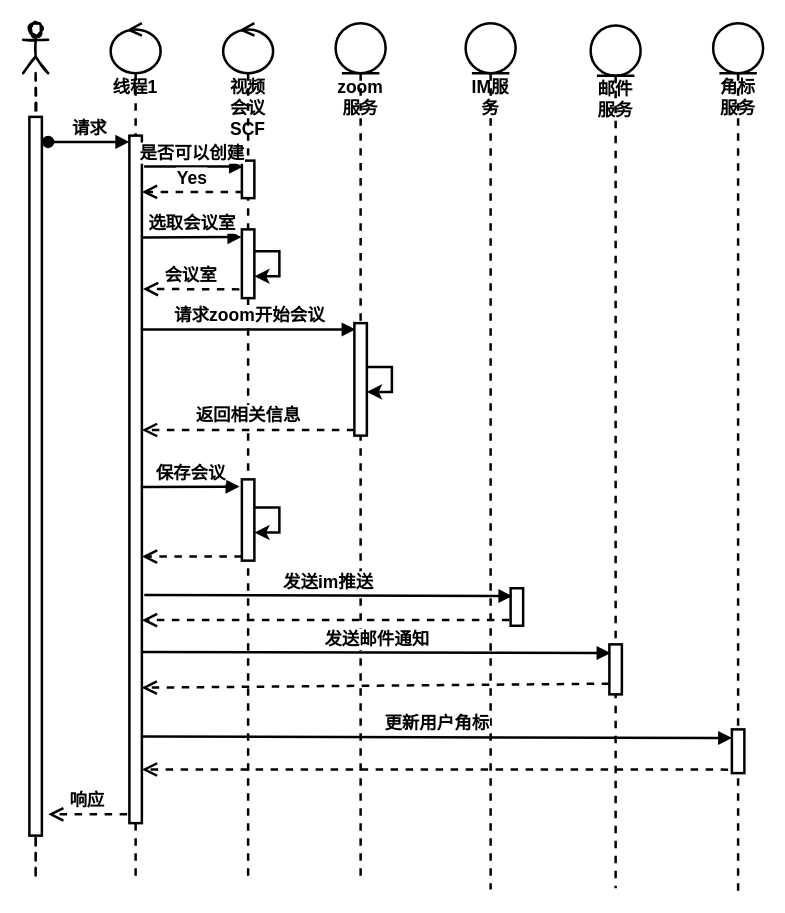
The draw.io diagram page "第 3 页" (3 of 13) of shuzhi.drawio in nullbull/uml, before the edit. Source tidied: cells renumbered, new cells numbered last; positions are measured from the earlier drawing's top-left corner, leaving out a move shared by most shapes. Both pictures are drawn from the tidied source at 125%, with x=0, y=0 at pixel (22, 22).
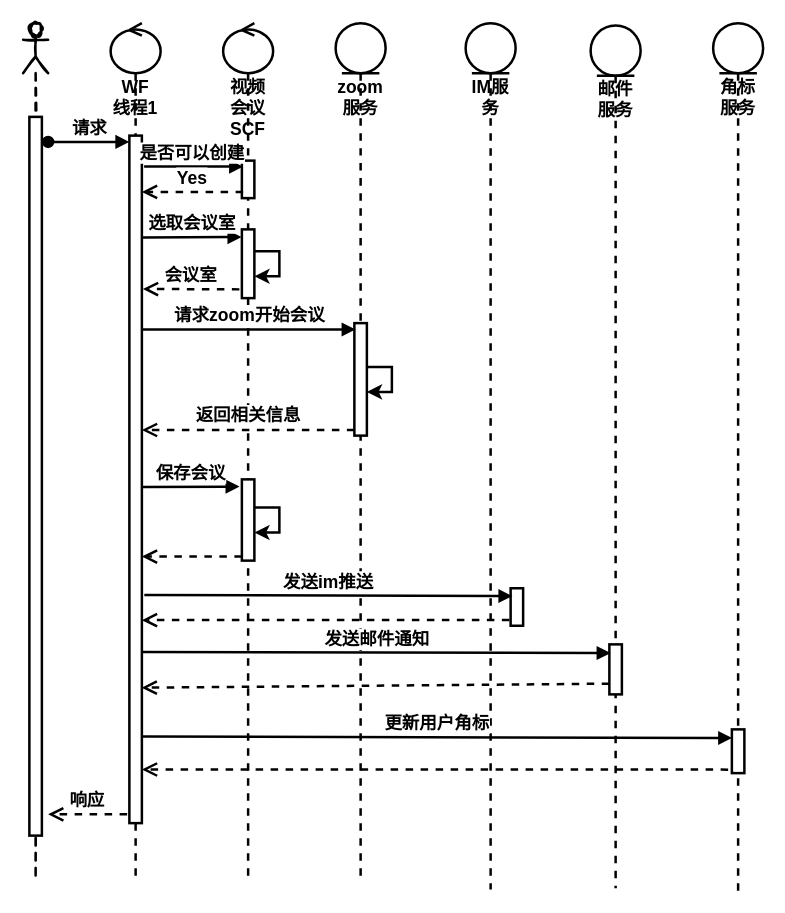
The same diagram, later.

Change to the diagram source:
```diff
@@
-    <mxCell id="4" value="线程1" style="shape=umlLifeline;participant=umlControl;perimeter=lifelinePerimeter;whiteSpace=wrap;html=1;verticalAlign=top;spacingTop=36;fontSize=14;fontStyle=1;strokeWidth=2;" parent="1" vertex="1">
+    <mxCell id="4" value="WF&lt;br&gt;线程1" style="shape=umlLifeline;participant=umlControl;perimeter=lifelinePerimeter;whiteSpace=wrap;html=1;verticalAlign=top;spacingTop=36;fontSize=14;fontStyle=1;strokeWidth=2;" parent="1" vertex="1">
       <mxGeometry x="70" width="40" height="687" as="geometry" />
     </mxCell>
```
